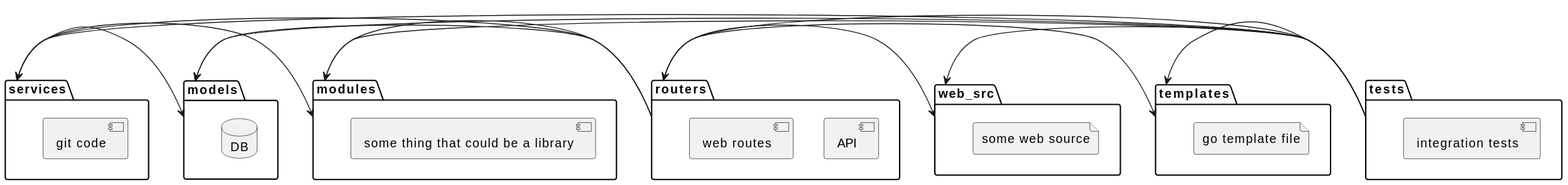
This is 2025_11_21_ibm_forgejo/architecture.svg from christopher-besch/presentations, a PlantUML export, as it was before one commit.
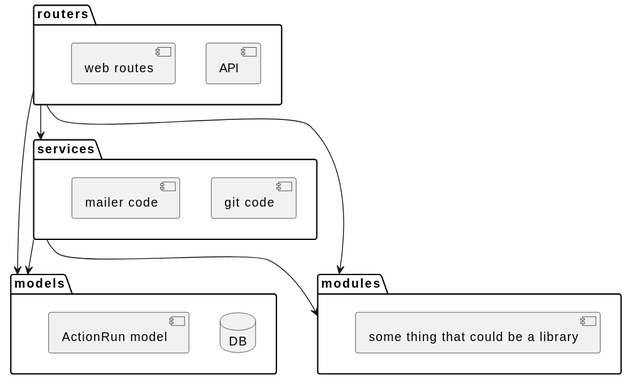
The same file after the commit.

Commit message:
feat: forgejo layered architecture

What changed in the source:
```diff
@@ -1,8 +1,7 @@
 @startuml
 folder "models" {
-    database "DB" {
-
-    }
+    database "DB"
+    [ActionRun model]
 }
 
 folder "modules" {
@@ -11,38 +10,22 @@
 
 folder "services" {
     [git code]
+    [mailer code]
 }
 
-folder "web_src" {
-    file "some web source"
-}
 
 folder "routers" {
     [API]
     [web routes]
 }
 
-folder "templates" {
-    file "go template file"
-}
 
-folder "tests" {
-    [integration tests]
-}
 
-[services] -> [models]
-[services] -> [modules]
+[services] -down-> [models]
+[services] -down-> [modules]
 
-[routers] -> [services]
-[routers] -> [modules]
-[routers] -> [models]
-[routers] -> [web_src]
-[routers] -> [templates]
+[routers] -down-> [services]
+[routers] -down-> [modules]
+[routers] -down-> [models]
 
-[tests] -> [models]
-[tests] -> [modules]
-[tests] -> [services]
-[tests] -> [web_src]
-[tests] -> [routers]
-[tests] -> [templates]
 @enduml
```
